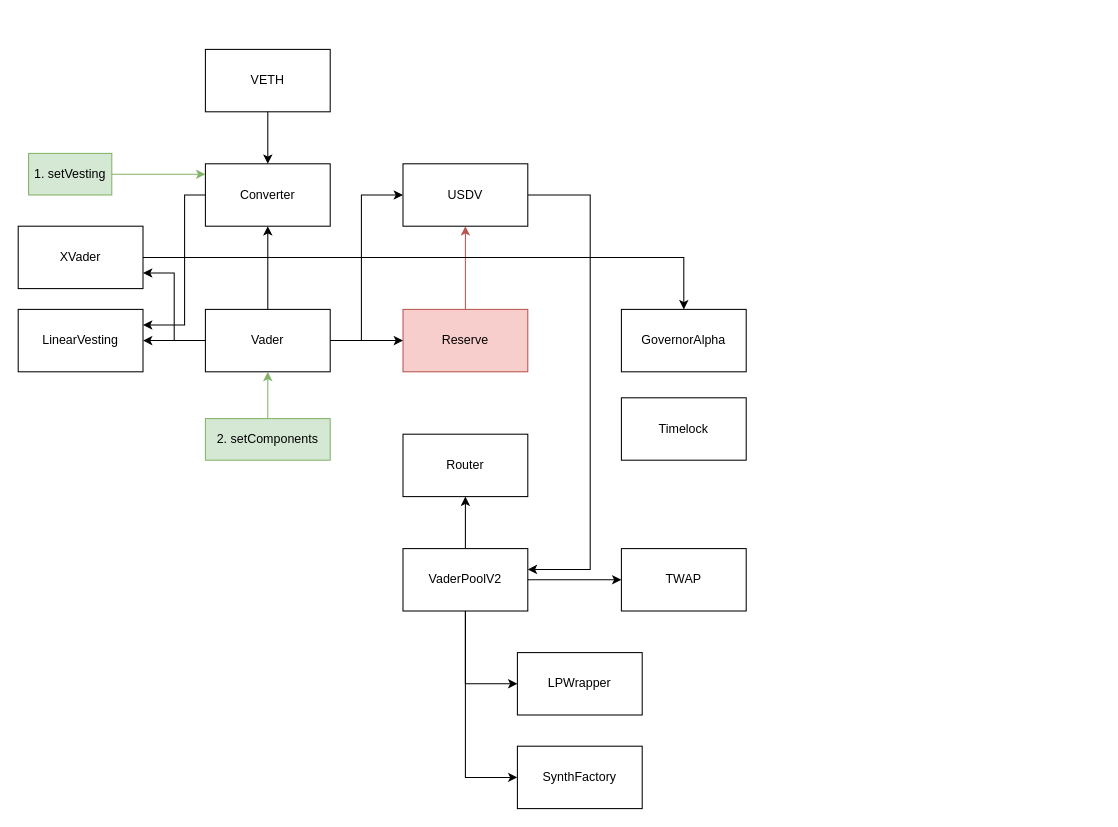
Before: doc/vader.drawio in vetherasset/vader-protocol-v2, a draw.io diagram. Source tidied: cells renumbered, new cells numbered last; positions are measured from the earlier drawing's top-left corner, leaving out a move shared by most shapes. Both pictures are drawn from the tidied source at 104%, with x=0, y=0 at pixel (18, 49).
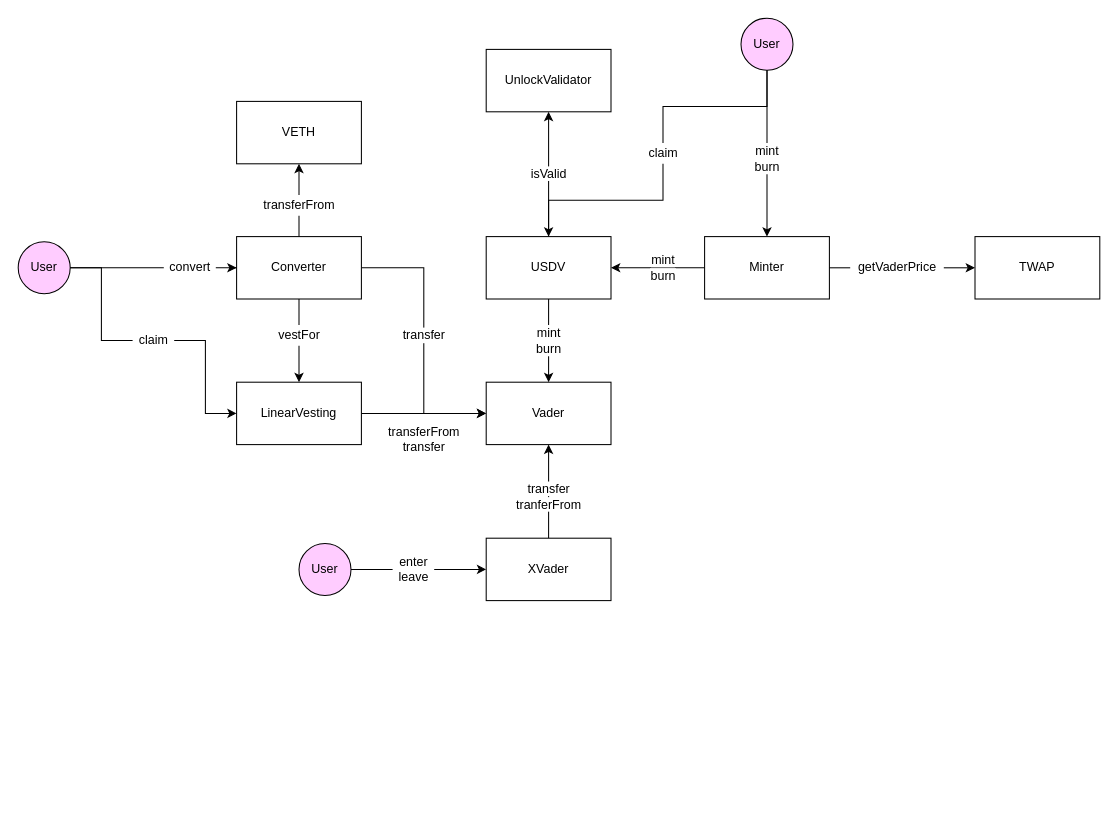
Above is the later version.

What changed in the source:
```diff
@@
     <mxCell id="2" value="VETH" style="rounded=0;whiteSpace=wrap;html=1;" parent="1" vertex="1">
-      <mxGeometry x="180" width="120" height="60" as="geometry" />
+      <mxGeometry x="210" y="50" width="120" height="60" as="geometry" />
     </mxCell>
+    <mxCell id="35" style="edgeStyle=orthogonalEdgeStyle;rounded=0;jettySize=auto;html=1;exitX=0.5;exitY=1;exitDx=0;exitDy=0;entryX=0.5;entryY=0;entryDx=0;entryDy=0;startArrow=none;" parent="1" edge="1" source="60" target="5">
+      <mxGeometry relative="1" as="geometry" />
+    </mxCell>
+    <mxCell id="36" style="edgeStyle=orthogonalEdgeStyle;rounded=0;jettySize=auto;html=1;exitX=0.5;exitY=0;exitDx=0;exitDy=0;entryX=0.5;entryY=1;entryDx=0;entryDy=0;startArrow=none;" parent="1" edge="1" source="64" target="2">
+      <mxGeometry relative="1" as="geometry" />
+    </mxCell>
+    <mxCell id="37" style="edgeStyle=orthogonalEdgeStyle;rounded=0;jettySize=auto;html=1;exitX=1;exitY=0.5;exitDx=0;exitDy=0;entryX=0;entryY=0.5;entryDx=0;entryDy=0;" parent="1" edge="1" source="3" target="4">
+      <mxGeometry relative="1" as="geometry" />
+    </mxCell>
     <mxCell id="3" value="Converter" style="rounded=0;whiteSpace=wrap;html=1;" parent="1" vertex="1">
-      <mxGeometry x="180" y="110" width="120" height="60" as="geometry" />
+      <mxGeometry x="210" y="180" width="120" height="60" as="geometry" />
     </mxCell>
     <mxCell id="4" value="Vader" style="rounded=0;whiteSpace=wrap;html=1;" parent="1" vertex="1">
-      <mxGeometry x="180" y="250" width="120" height="60" as="geometry" />
+      <mxGeometry x="450" y="320" width="120" height="60" as="geometry" />
     </mxCell>
+    <mxCell id="38" style="edgeStyle=orthogonalEdgeStyle;rounded=0;jettySize=auto;html=1;exitX=1;exitY=0.5;exitDx=0;exitDy=0;entryX=0;entryY=0.5;entryDx=0;entryDy=0;" parent="1" edge="1" source="5" target="4">
+      <mxGeometry relative="1" as="geometry" />
+    </mxCell>
     <mxCell id="5" value="LinearVesting" style="rounded=0;whiteSpace=wrap;html=1;" parent="1" vertex="1">
-      <mxGeometry y="250" width="120" height="60" as="geometry" />
+      <mxGeometry x="210" y="320" width="120" height="60" as="geometry" />
     </mxCell>
-    <mxCell id="6" style="endArrow=classic;html=1;rounded=0;exitX=0;exitY=0.5;exitDx=0;exitDy=0;strokeColor=default;labelBackgroundColor=default;fontColor=default;" parent="1" edge="1" source="4" target="5">
-      <mxGeometry relative="1" as="geometry" />
-    </mxCell>
-    <mxCell id="7" style="endArrow=classic;html=1;rounded=0;exitX=0.5;exitY=0;exitDx=0;exitDy=0;" parent="1" edge="1" source="4" target="3">
-      <mxGeometry relative="1" as="geometry" />
-    </mxCell>
-    <mxCell id="8" style="endArrow=classic;html=1;rounded=0;exitX=0.5;exitY=1;exitDx=0;exitDy=0;" parent="1" edge="1" source="2" target="3">
-      <mxGeometry relative="1" as="geometry" />
-    </mxCell>
-    <mxCell id="9" value="Reserve" style="rounded=0;whiteSpace=wrap;html=1;fillColor=#f8cecc;strokeColor=#b85450;" parent="1" vertex="1">
-      <mxGeometry x="370" y="250" width="120" height="60" as="geometry" />
-    </mxCell>
-    <mxCell id="10" style="endArrow=classic;html=1;rounded=0;exitX=1;exitY=0.5;exitDx=0;exitDy=0;entryX=0;entryY=0.5;entryDx=0;entryDy=0;" parent="1" edge="1" source="4" target="9">
-      <mxGeometry relative="1" as="geometry" />
-    </mxCell>
-    <mxCell id="11" value="Router" style="rounded=0;whiteSpace=wrap;html=1;" parent="1" vertex="1">
-      <mxGeometry x="370" y="370" width="120" height="60" as="geometry" />
-    </mxCell>
-    <mxCell id="12" value="VaderPoolV2" style="rounded=0;whiteSpace=wrap;html=1;fillColor=default;strokeColor=default;fontColor=default;" parent="1" vertex="1">
-      <mxGeometry x="370" y="480" width="120" height="60" as="geometry" />
-    </mxCell>
-    <mxCell id="13" style="endArrow=classic;html=1;rounded=0;exitX=0.5;exitY=0;exitDx=0;exitDy=0;entryX=0.5;entryY=1;entryDx=0;entryDy=0;" parent="1" edge="1" source="12" target="11">
-      <mxGeometry relative="1" as="geometry" />
-    </mxCell>
+    <mxCell id="39" style="edgeStyle=orthogonalEdgeStyle;rounded=0;jettySize=auto;html=1;exitX=0.5;exitY=0;exitDx=0;exitDy=0;entryX=0.5;entryY=1;entryDx=0;entryDy=0;" parent="1" edge="1" source="14" target="45">
+      <mxGeometry relative="1" as="geometry" />
+    </mxCell>
+    <mxCell id="40" style="edgeStyle=orthogonalEdgeStyle;rounded=0;jettySize=auto;html=1;exitX=0.5;exitY=1;exitDx=0;exitDy=0;startArrow=none;" parent="1" edge="1" source="58" target="4">
+      <mxGeometry relative="1" as="geometry" />
+    </mxCell>
     <mxCell id="14" value="USDV" style="rounded=0;whiteSpace=wrap;html=1;" parent="1" vertex="1">
-      <mxGeometry x="370" y="110" width="120" height="60" as="geometry" />
+      <mxGeometry x="450" y="180" width="120" height="60" as="geometry" />
     </mxCell>
-    <mxCell id="15" style="endArrow=classic;html=1;rounded=0;exitX=1;exitY=0.5;exitDx=0;exitDy=0;entryX=0;entryY=0.5;entryDx=0;entryDy=0;" parent="1" edge="1" source="4" target="14">
-      <mxGeometry relative="1" as="geometry">
-        <Array as="points">
-          <mxPoint x="330" y="280" />
-          <mxPoint x="330" y="140" />
-        </Array>
-      </mxGeometry>
-    </mxCell>
-    <mxCell id="16" value="GovernorAlpha" style="rounded=0;whiteSpace=wrap;html=1;" parent="1" vertex="1">
-      <mxGeometry x="580" y="250" width="120" height="60" as="geometry" />
-    </mxCell>
-    <mxCell id="17" value="Timelock" style="rounded=0;whiteSpace=wrap;html=1;" parent="1" vertex="1">
-      <mxGeometry x="580" y="335" width="120" height="60" as="geometry" />
-    </mxCell>
-    <mxCell id="18" style="endArrow=classic;html=1;rounded=0;entryX=0.5;entryY=1;entryDx=0;entryDy=0;exitX=0.5;exitY=0;exitDx=0;exitDy=0;fillColor=#f8cecc;strokeColor=#b85450;" parent="1" edge="1" source="9" target="14">
-      <mxGeometry relative="1" as="geometry" />
-    </mxCell>
-    <mxCell id="19" style="endArrow=classic;html=1;rounded=0;exitX=1;exitY=0.5;exitDx=0;exitDy=0;" parent="1" edge="1" source="14">
-      <mxGeometry relative="1" as="geometry">
-        <mxPoint x="490" y="500" as="targetPoint" />
-        <Array as="points">
-          <mxPoint x="550" y="140" />
-          <mxPoint x="550" y="500" />
-        </Array>
-      </mxGeometry>
-    </mxCell>
-    <mxCell id="20" value="SynthFactory" style="rounded=0;whiteSpace=wrap;html=1;fillColor=default;strokeColor=default;fontColor=default;" parent="1" vertex="1">
-      <mxGeometry x="480" y="670" width="120" height="60" as="geometry" />
-    </mxCell>
-    <mxCell id="21" value="LPWrapper" style="rounded=0;whiteSpace=wrap;html=1;fillColor=default;strokeColor=default;fontColor=default;" parent="1" vertex="1">
-      <mxGeometry x="480" y="580" width="120" height="60" as="geometry" />
-    </mxCell>
+    <mxCell id="41" style="edgeStyle=orthogonalEdgeStyle;rounded=0;jettySize=auto;html=1;entryX=0.5;entryY=1;entryDx=0;entryDy=0;" parent="1" edge="1" source="22" target="4">
+      <mxGeometry relative="1" as="geometry" />
+    </mxCell>
     <mxCell id="22" value="XVader" style="rounded=0;whiteSpace=wrap;html=1;" parent="1" vertex="1">
-      <mxGeometry y="170" width="120" height="60" as="geometry" />
+      <mxGeometry x="450" y="470" width="120" height="60" as="geometry" />
     </mxCell>
-    <mxCell id="23" style="endArrow=classic;html=1;rounded=0;strokeColor=default;labelBackgroundColor=default;fontColor=default;entryX=1;entryY=0.75;entryDx=0;entryDy=0;" parent="1" edge="1" target="22">
-      <mxGeometry relative="1" as="geometry">
-        <mxPoint x="180" y="280" as="sourcePoint" />
-        <Array as="points">
-          <mxPoint x="150" y="280" />
-          <mxPoint x="150" y="215" />
-        </Array>
-      </mxGeometry>
-    </mxCell>
+    <mxCell id="42" style="edgeStyle=orthogonalEdgeStyle;rounded=0;jettySize=auto;html=1;exitX=0;exitY=0.5;exitDx=0;exitDy=0;entryX=1;entryY=0.5;entryDx=0;entryDy=0;" parent="1" edge="1" source="44" target="14">
+      <mxGeometry relative="1" as="geometry" />
+    </mxCell>
+    <mxCell id="43" style="edgeStyle=orthogonalEdgeStyle;rounded=0;jettySize=auto;html=1;exitX=1;exitY=0.5;exitDx=0;exitDy=0;entryX=0;entryY=0.5;entryDx=0;entryDy=0;startArrow=none;" parent="1" edge="1" source="75" target="24">
+      <mxGeometry relative="1" as="geometry" />
+    </mxCell>
+    <mxCell id="44" value="Minter" style="rounded=0;whiteSpace=wrap;html=1;" parent="1" vertex="1">
+      <mxGeometry x="660" y="180" width="120" height="60" as="geometry" />
+    </mxCell>
     <mxCell id="24" value="TWAP" style="rounded=0;whiteSpace=wrap;html=1;fillColor=default;strokeColor=default;fontColor=default;" parent="1" vertex="1">
-      <mxGeometry x="580" y="480" width="120" height="60" as="geometry" />
+      <mxGeometry x="920" y="180" width="120" height="60" as="geometry" />
     </mxCell>
-    <mxCell id="25" style="edgeStyle=orthogonalEdgeStyle;rounded=0;orthogonalLoop=1;jettySize=auto;html=1;exitX=0.5;exitY=1;exitDx=0;exitDy=0;" parent="1" edge="1">
-      <mxGeometry relative="1" as="geometry">
-        <mxPoint x="640" y="700" as="sourcePoint" />
-        <mxPoint x="640" y="700" as="targetPoint" />
-      </mxGeometry>
-    </mxCell>
-    <mxCell id="26" style="endArrow=classic;html=1;rounded=0;entryX=0;entryY=0.5;entryDx=0;entryDy=0;exitX=0.5;exitY=1;exitDx=0;exitDy=0;" parent="1" edge="1" source="12" target="20">
-      <mxGeometry relative="1" as="geometry">
-        <Array as="points">
-          <mxPoint x="430" y="700" />
-        </Array>
-      </mxGeometry>
-    </mxCell>
-    <mxCell id="27" style="endArrow=classic;html=1;rounded=0;exitX=0.5;exitY=1;exitDx=0;exitDy=0;entryX=0;entryY=0.5;entryDx=0;entryDy=0;" parent="1" edge="1" source="12" target="21">
-      <mxGeometry relative="1" as="geometry">
-        <Array as="points">
-          <mxPoint x="430" y="610" />
-        </Array>
-      </mxGeometry>
-    </mxCell>
-    <mxCell id="28" style="endArrow=classic;html=1;rounded=0;exitX=1;exitY=0.5;exitDx=0;exitDy=0;entryX=0;entryY=0.5;entryDx=0;entryDy=0;" parent="1" edge="1" source="12" target="24">
-      <mxGeometry relative="1" as="geometry" />
-    </mxCell>
-    <mxCell id="29" style="endArrow=classic;html=1;rounded=0;entryX=0.5;entryY=0;entryDx=0;entryDy=0;exitX=1;exitY=0.5;exitDx=0;exitDy=0;" parent="1" edge="1" source="22" target="16">
-      <mxGeometry relative="1" as="geometry">
-        <Array as="points">
-          <mxPoint x="640" y="200" />
-        </Array>
-      </mxGeometry>
-    </mxCell>
-    <mxCell id="30" style="endArrow=classic;html=1;rounded=0;entryX=1;entryY=0.25;entryDx=0;entryDy=0;exitX=0;exitY=0.5;exitDx=0;exitDy=0;" parent="1" edge="1" source="3" target="5">
-      <mxGeometry relative="1" as="geometry">
-        <Array as="points">
-          <mxPoint x="160" y="140" />
-          <mxPoint x="160" y="265" />
-        </Array>
-      </mxGeometry>
-    </mxCell>
-    <mxCell id="31" value="1. setVesting" style="rounded=0;whiteSpace=wrap;html=1;fillColor=#d5e8d4;strokeColor=#82b366;" parent="1" vertex="1">
-      <mxGeometry x="10" y="100" width="80" height="40" as="geometry" />
-    </mxCell>
-    <mxCell id="32" style="endArrow=classic;html=1;rounded=0;exitX=1;exitY=0.5;exitDx=0;exitDy=0;fillColor=#d5e8d4;strokeColor=#82b366;" parent="1" edge="1" source="31">
-      <mxGeometry relative="1" as="geometry">
-        <mxPoint x="180" y="120" as="targetPoint" />
-      </mxGeometry>
-    </mxCell>
-    <mxCell id="33" value="2. setComponents" style="rounded=0;whiteSpace=wrap;html=1;fillColor=#d5e8d4;strokeColor=#82b366;" parent="1" vertex="1">
-      <mxGeometry x="180" y="355" width="120" height="40" as="geometry" />
-    </mxCell>
-    <mxCell id="34" style="endArrow=classic;html=1;rounded=0;fillColor=#d5e8d4;strokeColor=#82b366;entryX=0.5;entryY=1;entryDx=0;entryDy=0;exitX=0.5;exitY=0;exitDx=0;exitDy=0;" parent="1" edge="1" source="33" target="4">
-      <mxGeometry relative="1" as="geometry" />
-    </mxCell>
+    <mxCell id="45" value="UnlockValidator" style="rounded=0;whiteSpace=wrap;html=1;" parent="1" vertex="1">
+      <mxGeometry x="450" width="120" height="60" as="geometry" />
+    </mxCell>
+    <mxCell id="46" style="edgeStyle=orthogonalEdgeStyle;rounded=0;jettySize=auto;html=1;exitX=0.5;exitY=1;exitDx=0;exitDy=0;startArrow=none;" parent="1" edge="1" source="49" target="44">
+      <mxGeometry relative="1" as="geometry" />
+    </mxCell>
+    <mxCell id="47" style="edgeStyle=orthogonalEdgeStyle;rounded=0;jettySize=auto;html=1;exitX=0.5;exitY=1;exitDx=0;exitDy=0;entryX=0.5;entryY=0;entryDx=0;entryDy=0;startArrow=none;" parent="1" edge="1" source="53" target="14">
+      <mxGeometry relative="1" as="geometry" />
+    </mxCell>
+    <mxCell id="48" value="User" style="ellipse;whiteSpace=wrap;html=1;fillColor=#FFCCFF;" parent="1" vertex="1">
+      <mxGeometry x="695" y="-30" width="50" height="50" as="geometry" />
+    </mxCell>
+    <mxCell id="49" value="mint&lt;br&gt;&lt;div&gt;&lt;span&gt;burn&lt;/span&gt;&lt;/div&gt;" style="text;html=1;align=center;verticalAlign=middle;points=[];strokeColor=none;fillColor=none;" parent="1" vertex="1">
+      <mxGeometry x="700" y="90" width="40" height="30" as="geometry" />
+    </mxCell>
+    <mxCell id="50" style="edgeStyle=orthogonalEdgeStyle;rounded=0;jettySize=auto;html=1;exitX=0.5;exitY=1;exitDx=0;exitDy=0;endArrow=none;" parent="1" edge="1" source="48" target="49">
+      <mxGeometry relative="1" as="geometry" />
+    </mxCell>
+    <mxCell id="51" value="&lt;span style=&quot;background-color: rgb(255 , 255 , 255)&quot;&gt;mint&lt;br&gt;burn&lt;/span&gt;" style="text;html=1;align=center;verticalAlign=middle;strokeColor=none;fillColor=none;" parent="1" vertex="1">
+      <mxGeometry x="600" y="195" width="40" height="30" as="geometry" />
+    </mxCell>
+    <mxCell id="52" value="&lt;span style=&quot;background-color: rgb(255 , 255 , 255)&quot;&gt;isValid&lt;/span&gt;" style="text;html=1;align=center;verticalAlign=middle;strokeColor=none;fillColor=none;" parent="1" vertex="1">
+      <mxGeometry x="485" y="110" width="50" height="20" as="geometry" />
+    </mxCell>
+    <mxCell id="53" value="&lt;span style=&quot;background-color: rgb(255 , 255 , 255)&quot;&gt;claim&lt;/span&gt;" style="text;html=1;align=center;verticalAlign=middle;points=[];strokeColor=none;fillColor=none;" parent="1" vertex="1">
+      <mxGeometry x="600" y="90" width="40" height="20" as="geometry" />
+    </mxCell>
+    <mxCell id="54" style="edgeStyle=orthogonalEdgeStyle;rounded=0;jettySize=auto;html=1;exitX=0.5;exitY=1;exitDx=0;exitDy=0;entryX=0.5;entryY=0;entryDx=0;entryDy=0;endArrow=none;" parent="1" edge="1" source="48" target="53">
+      <mxGeometry relative="1" as="geometry" />
+    </mxCell>
+    <mxCell id="55" style="edgeStyle=orthogonalEdgeStyle;rounded=0;jettySize=auto;html=1;entryX=0;entryY=0.5;entryDx=0;entryDy=0;startArrow=none;" parent="1" edge="1" source="62" target="3">
+      <mxGeometry relative="1" as="geometry" />
+    </mxCell>
+    <mxCell id="56" style="edgeStyle=orthogonalEdgeStyle;rounded=0;jettySize=auto;html=1;exitX=1;exitY=0.5;exitDx=0;exitDy=0;entryX=0;entryY=0.5;entryDx=0;entryDy=0;startArrow=none;" parent="1" edge="1" source="73" target="5">
+      <mxGeometry relative="1" as="geometry" />
+    </mxCell>
+    <mxCell id="57" value="User" style="ellipse;whiteSpace=wrap;html=1;fillColor=#FFCCFF;" parent="1" vertex="1">
+      <mxGeometry y="185" width="50" height="50" as="geometry" />
+    </mxCell>
+    <mxCell id="58" value="mint&lt;br&gt;burn" style="text;html=1;align=center;verticalAlign=middle;points=[];strokeColor=none;fillColor=none;" parent="1" vertex="1">
+      <mxGeometry x="490" y="265" width="40" height="30" as="geometry" />
+    </mxCell>
+    <mxCell id="59" style="edgeStyle=orthogonalEdgeStyle;rounded=0;jettySize=auto;html=1;exitX=0.5;exitY=1;exitDx=0;exitDy=0;endArrow=none;" parent="1" edge="1" source="14" target="58">
+      <mxGeometry relative="1" as="geometry" />
+    </mxCell>
+    <mxCell id="60" value="vestFor" style="text;html=1;align=center;verticalAlign=middle;points=[];strokeColor=none;fillColor=none;" parent="1" vertex="1">
+      <mxGeometry x="240" y="265" width="60" height="20" as="geometry" />
+    </mxCell>
+    <mxCell id="61" style="edgeStyle=orthogonalEdgeStyle;rounded=0;jettySize=auto;html=1;exitX=0.5;exitY=1;exitDx=0;exitDy=0;entryX=0.5;entryY=0;entryDx=0;entryDy=0;endArrow=none;" parent="1" edge="1" source="3" target="60">
+      <mxGeometry relative="1" as="geometry" />
+    </mxCell>
+    <mxCell id="62" value="convert" style="text;html=1;align=center;verticalAlign=middle;points=[];strokeColor=none;fillColor=none;labelBackgroundColor=#FFFFFF;" parent="1" vertex="1">
+      <mxGeometry x="140" y="200" width="50" height="20" as="geometry" />
+    </mxCell>
+    <mxCell id="63" style="edgeStyle=orthogonalEdgeStyle;rounded=0;jettySize=auto;html=1;entryX=0;entryY=0.5;entryDx=0;entryDy=0;endArrow=none;" parent="1" edge="1" source="57" target="62">
+      <mxGeometry relative="1" as="geometry" />
+    </mxCell>
+    <mxCell id="64" value="transferFrom" style="text;html=1;align=center;verticalAlign=middle;points=[];strokeColor=none;fillColor=none;labelBackgroundColor=#FFFFFF;" parent="1" vertex="1">
+      <mxGeometry x="230" y="140" width="80" height="20" as="geometry" />
+    </mxCell>
+    <mxCell id="65" style="edgeStyle=orthogonalEdgeStyle;rounded=0;jettySize=auto;html=1;exitX=0.5;exitY=0;exitDx=0;exitDy=0;entryX=0.5;entryY=1;entryDx=0;entryDy=0;endArrow=none;" parent="1" edge="1" source="3" target="64">
+      <mxGeometry relative="1" as="geometry" />
+    </mxCell>
+    <mxCell id="66" value="transfer" style="text;html=1;align=center;verticalAlign=middle;strokeColor=none;fillColor=none;labelBackgroundColor=#FFFFFF;" parent="1" vertex="1">
+      <mxGeometry x="360" y="265" width="60" height="20" as="geometry" />
+    </mxCell>
+    <mxCell id="67" value="transferFrom&lt;br&gt;transfer" style="text;html=1;align=center;verticalAlign=middle;strokeColor=none;fillColor=none;" parent="1" vertex="1">
+      <mxGeometry x="350" y="360" width="80" height="30" as="geometry" />
+    </mxCell>
+    <mxCell id="68" style="edgeStyle=orthogonalEdgeStyle;rounded=0;jettySize=auto;html=1;exitX=1;exitY=0.5;exitDx=0;exitDy=0;entryX=0;entryY=0.5;entryDx=0;entryDy=0;startArrow=none;" parent="1" edge="1" source="70" target="22">
+      <mxGeometry relative="1" as="geometry" />
+    </mxCell>
+    <mxCell id="69" value="User" style="ellipse;whiteSpace=wrap;html=1;fillColor=#FFCCFF;" parent="1" vertex="1">
+      <mxGeometry x="270" y="475" width="50" height="50" as="geometry" />
+    </mxCell>
+    <mxCell id="70" value="enter&lt;br&gt;leave" style="text;html=1;align=center;verticalAlign=middle;points=[];strokeColor=none;fillColor=none;" parent="1" vertex="1">
+      <mxGeometry x="360" y="485" width="40" height="30" as="geometry" />
+    </mxCell>
+    <mxCell id="71" style="edgeStyle=orthogonalEdgeStyle;rounded=0;jettySize=auto;html=1;exitX=1;exitY=0.5;exitDx=0;exitDy=0;entryX=0;entryY=0.5;entryDx=0;entryDy=0;endArrow=none;" parent="1" edge="1" source="69" target="70">
+      <mxGeometry relative="1" as="geometry" />
+    </mxCell>
+    <mxCell id="72" value="&lt;span style=&quot;background-color: rgb(255 , 255 , 255)&quot;&gt;transfer&lt;br&gt;tranferFrom&lt;/span&gt;" style="text;html=1;align=center;verticalAlign=middle;strokeColor=none;fillColor=none;" parent="1" vertex="1">
+      <mxGeometry x="470" y="415" width="80" height="30" as="geometry" />
+    </mxCell>
+    <mxCell id="73" value="claim" style="text;html=1;align=center;verticalAlign=middle;points=[];strokeColor=none;fillColor=none;labelBackgroundColor=#FFFFFF;" parent="1" vertex="1">
+      <mxGeometry x="110" y="270" width="40" height="20" as="geometry" />
+    </mxCell>
+    <mxCell id="74" style="edgeStyle=orthogonalEdgeStyle;rounded=0;jettySize=auto;html=1;exitX=1;exitY=0.5;exitDx=0;exitDy=0;entryX=0;entryY=0.5;entryDx=0;entryDy=0;endArrow=none;" parent="1" edge="1" source="57" target="73">
+      <mxGeometry relative="1" as="geometry" />
+    </mxCell>
+    <mxCell id="75" value="getVaderPrice" style="text;html=1;align=center;verticalAlign=middle;points=[];strokeColor=none;fillColor=none;" parent="1" vertex="1">
+      <mxGeometry x="800" y="200" width="90" height="20" as="geometry" />
+    </mxCell>
+    <mxCell id="76" style="edgeStyle=orthogonalEdgeStyle;rounded=0;jettySize=auto;html=1;exitX=1;exitY=0.5;exitDx=0;exitDy=0;entryX=0;entryY=0.5;entryDx=0;entryDy=0;endArrow=none;" parent="1" edge="1" source="44" target="75">
+      <mxGeometry relative="1" as="geometry" />
+    </mxCell>
```
